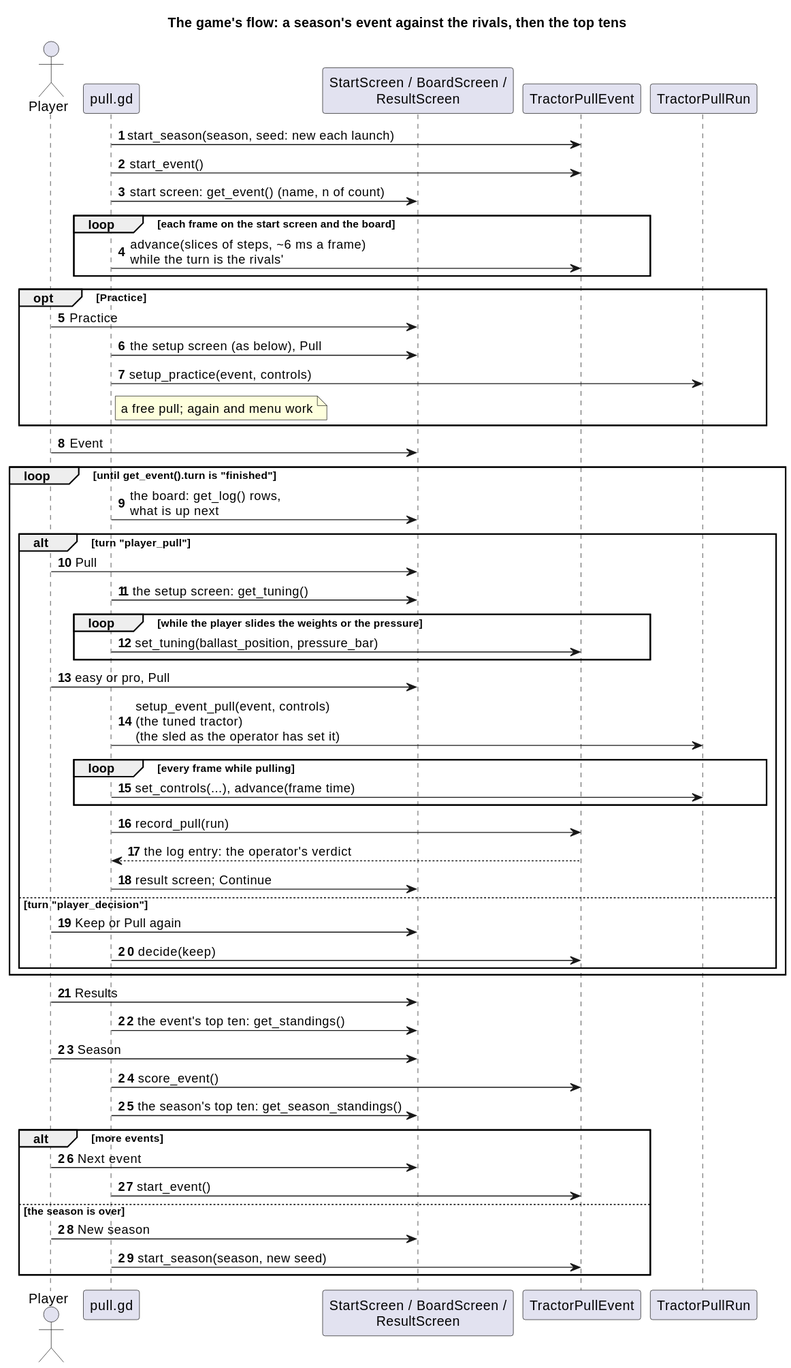
The PlantUML diagram docs/diagrams/svg/godot_run_flow_sequence.svg in wversteeg/TractorPulling, before a commit.
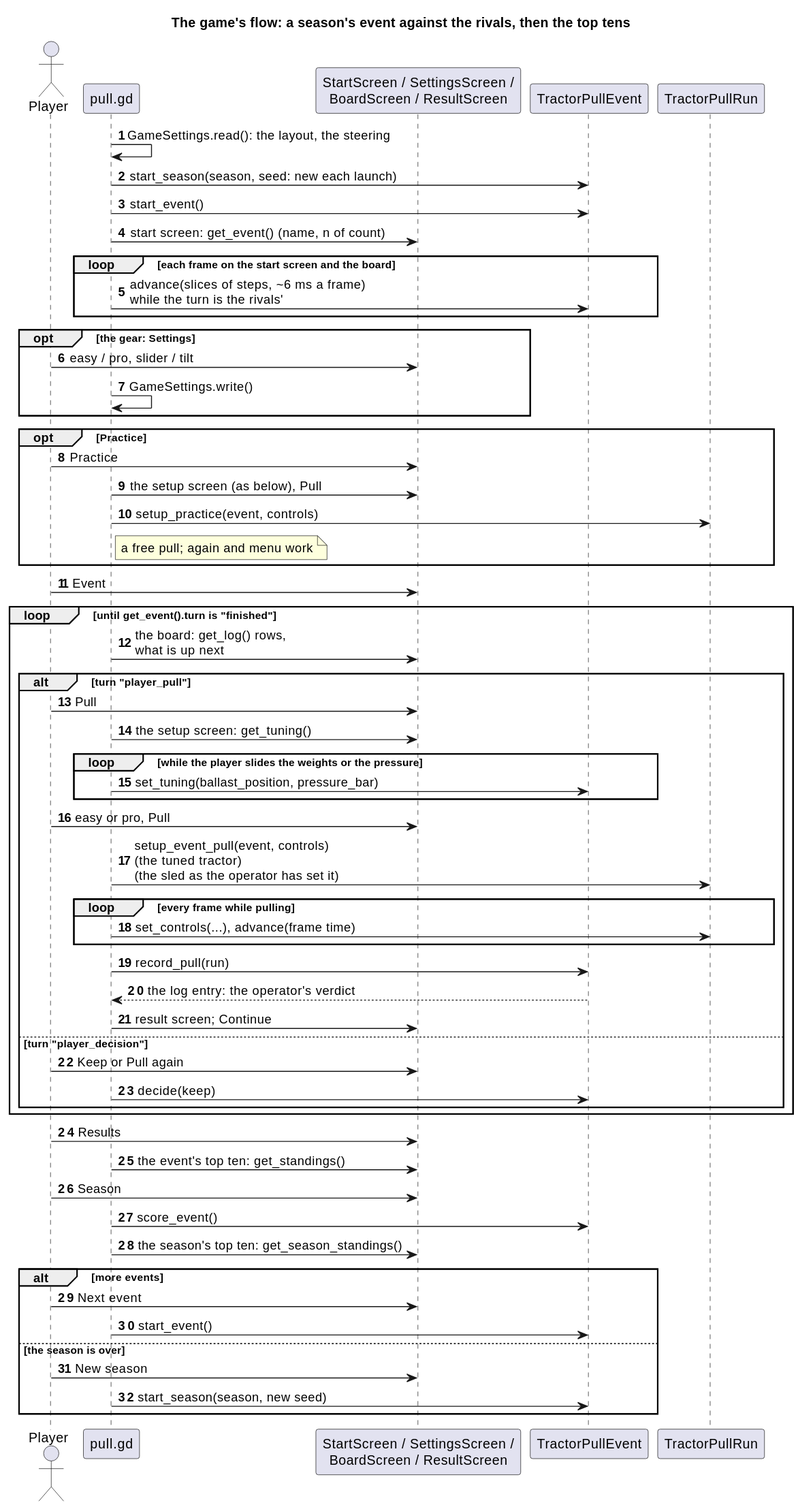
The same diagram one commit later.

What changed in the source:
```diff
@@ -3,15 +3,20 @@
 autonumber
 actor Player
 participant "pull.gd" as Pull
-participant "StartScreen / BoardScreen /\nResultScreen" as Screens
+participant "StartScreen / SettingsScreen /\nBoardScreen / ResultScreen" as Screens
 participant "TractorPullEvent" as Event
 participant "TractorPullRun" as Run
 
+Pull -> Pull : GameSettings.read(): the layout, the steering
 Pull -> Event : start_season(season, seed: new each launch)
 Pull -> Event : start_event()
 Pull -> Screens : start screen: get_event() (name, n of count)
 loop each frame on the start screen and the board
   Pull -> Event : advance(slices of steps, ~6 ms a frame)\nwhile the turn is the rivals'
+end
+opt the gear: Settings
+  Player -> Screens : easy / pro, slider / tilt
+  Pull -> Pull : GameSettings.write()
 end
 opt Practice
   Player -> Screens : Practice
```
